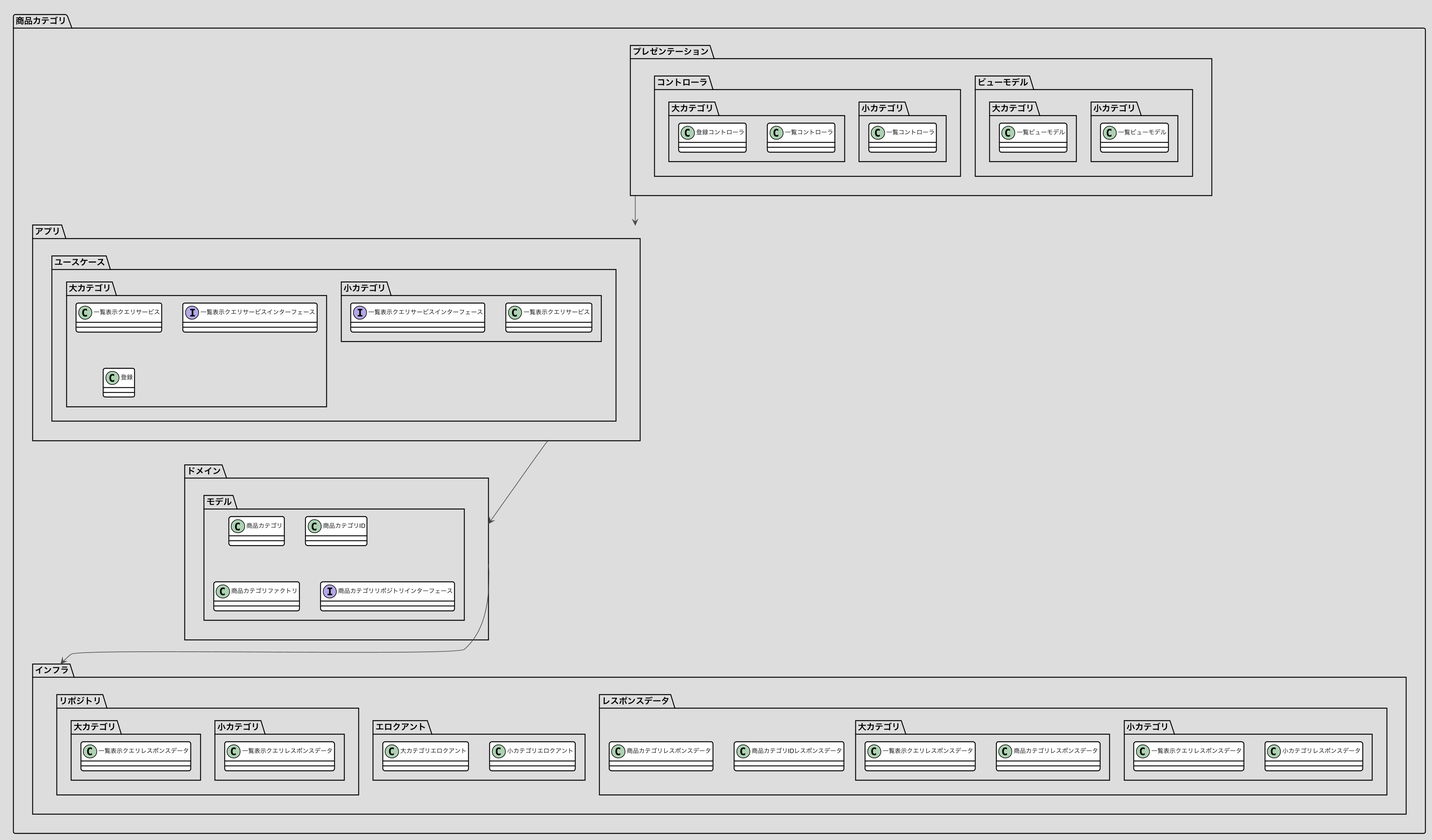
Earlier version of the PlantUML export docs/画像/商品カテゴリ.png (nomura-kainos/japanese-ddd-sample).
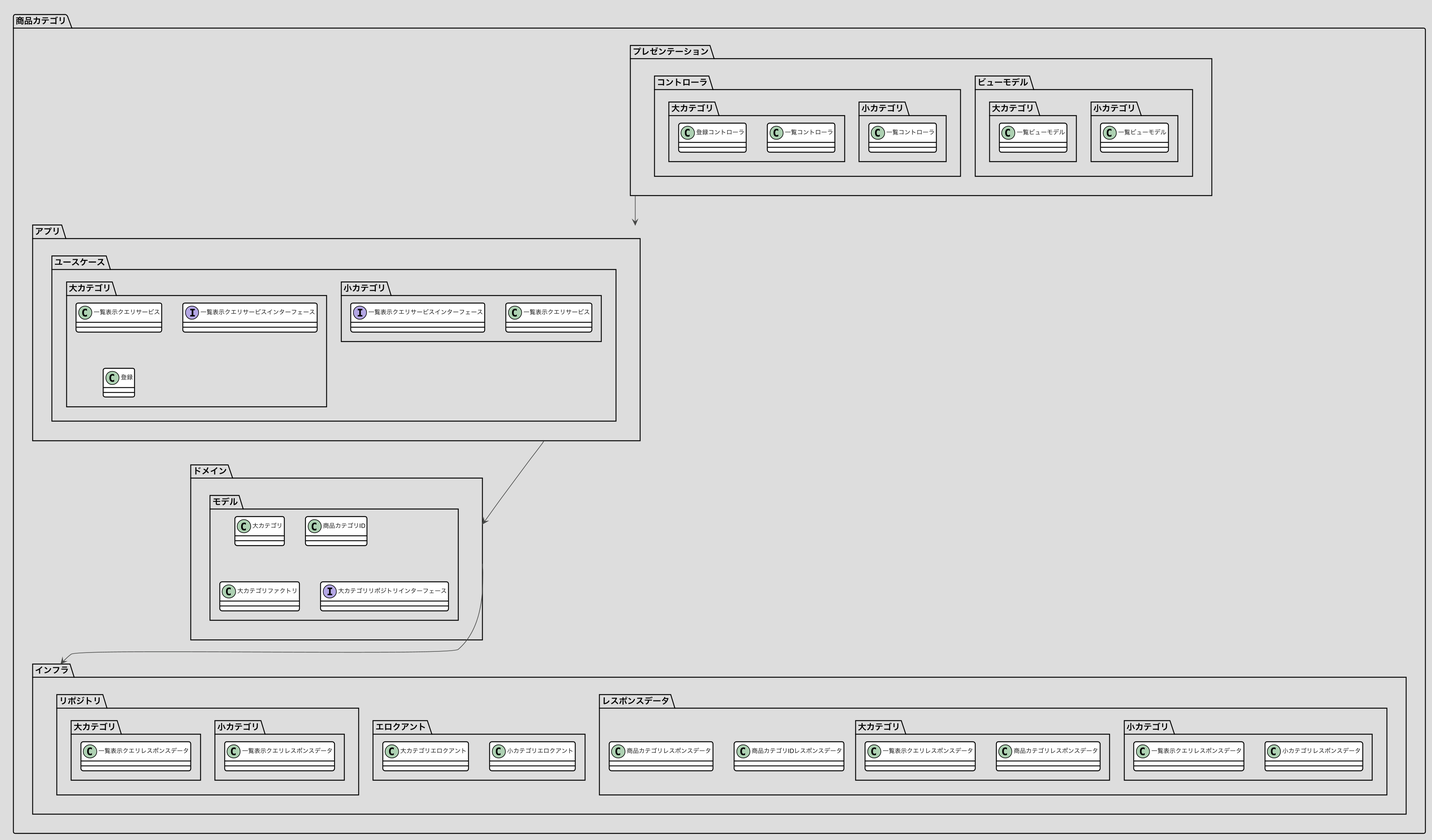
The same file after the commit.

Diff of the diagram source:
```diff
@@ -89,10 +89,10 @@
  }
  package ドメイン {
   package モデル {
-   class 商品カテゴリ
+   class 大カテゴリ
    class 商品カテゴリID
-   class 商品カテゴリファクトリ
-   interface 商品カテゴリリポジトリインターフェース
+   class 大カテゴリファクトリ
+   interface 大カテゴリリポジトリインターフェース
   }
  }
  package インフラ {
```
